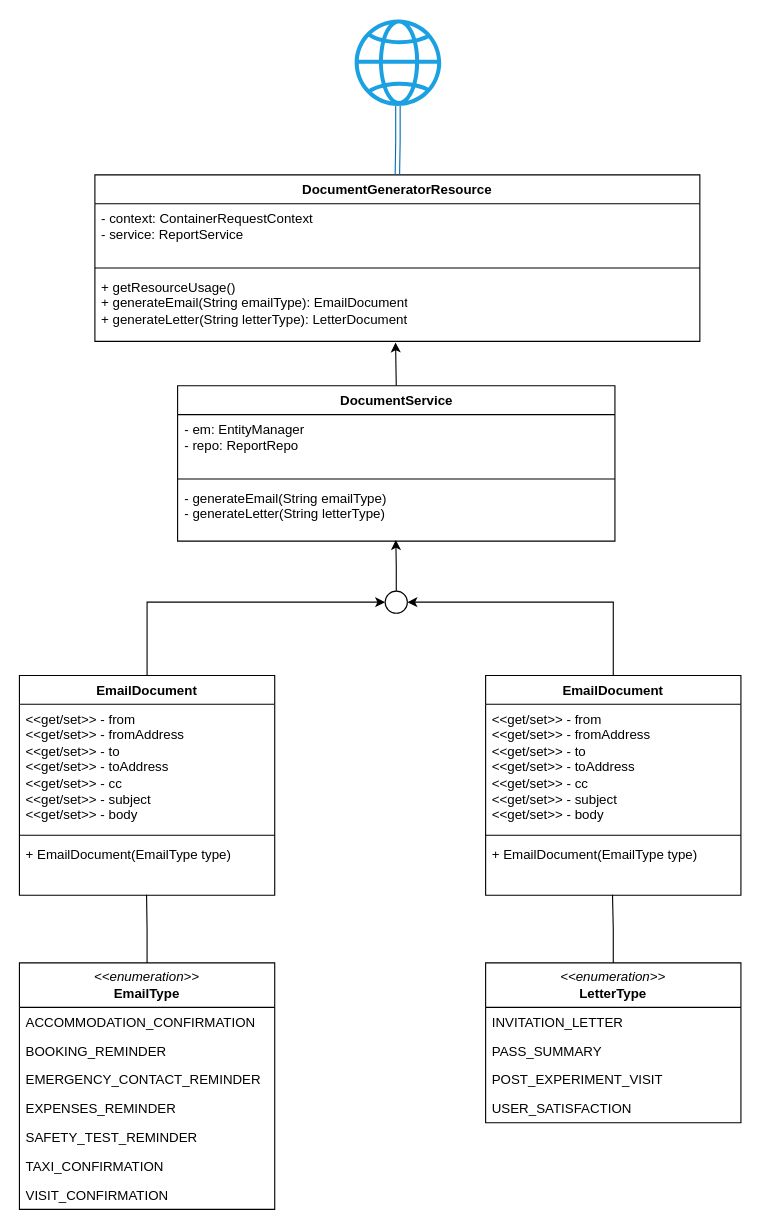
Before: Document generation class diagram.drawio in ambolt314/FinalProjectDesign, a draw.io diagram. Source tidied: cells renumbered, new cells numbered last; positions are measured from the earlier drawing's top-left corner, leaving out a move shared by most shapes. Both pictures are drawn from the tidied source at 111%, with x=0, y=0 at pixel (19, 19).
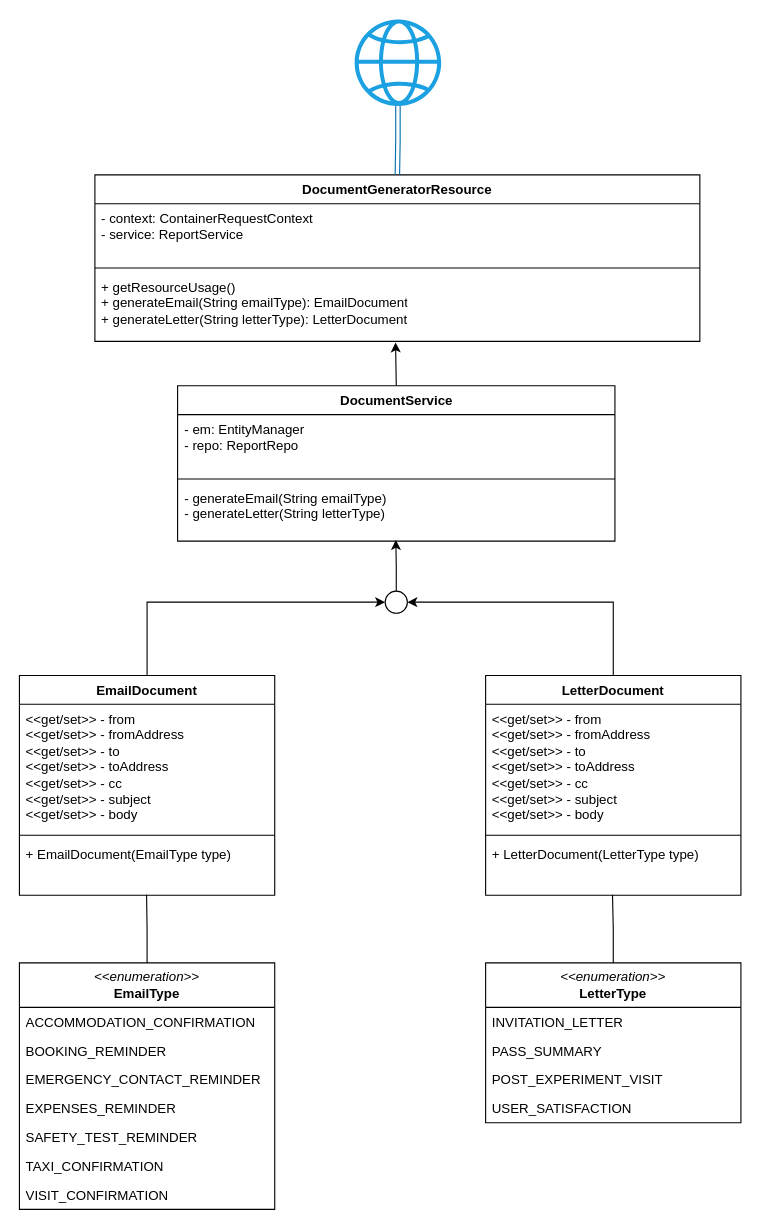
The same diagram, later.

The edit, as a diff of the source:
```diff
@@
-    <mxCell id="35" value="EmailDocument" style="swimlane;fontStyle=1;align=center;verticalAlign=top;horizontal=1;startSize=26;whiteSpace=wrap;html=1;" parent="1" vertex="1">
+    <mxCell id="35" value="LetterDocument" style="swimlane;fontStyle=1;align=center;verticalAlign=top;horizontal=1;startSize=26;whiteSpace=wrap;html=1;" parent="1" vertex="1">
       <mxGeometry x="420" y="591" width="230" height="198" as="geometry" />
     </mxCell>
@@
-    <mxCell id="38" value="+ EmailDocument(EmailType type)" style="text;strokeColor=none;fillColor=none;align=left;verticalAlign=top;spacingLeft=4;spacingRight=4;overflow=hidden;points=[[0,0.5],[1,0.5]];portConstraint=eastwest;whiteSpace=wrap;html=1;" parent="35" vertex="1">
+    <mxCell id="38" value="+ LetterDocument(LetterType type)" style="text;strokeColor=none;fillColor=none;align=left;verticalAlign=top;spacingLeft=4;spacingRight=4;overflow=hidden;points=[[0,0.5],[1,0.5]];portConstraint=eastwest;whiteSpace=wrap;html=1;" parent="35" vertex="1">
       <mxGeometry y="148" width="230" height="50" as="geometry" />
     </mxCell>
```
